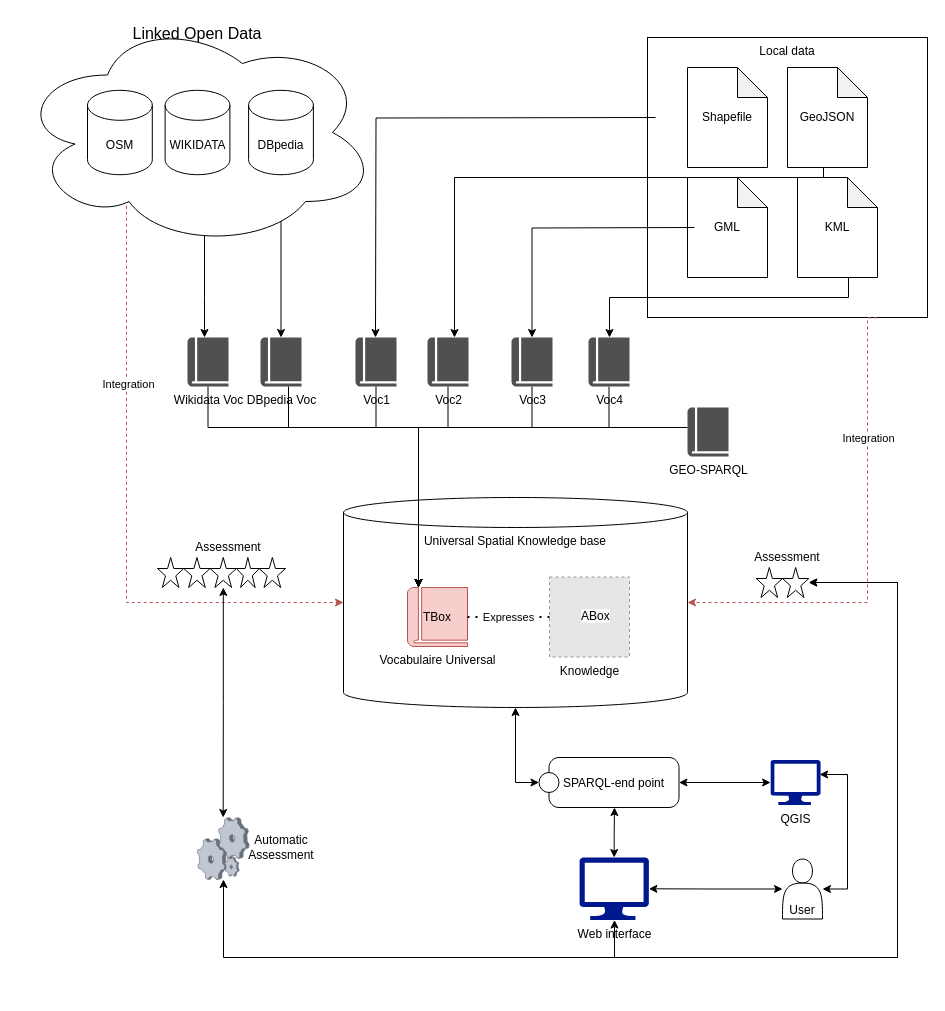
Above: structure.drawio in JJponciano/SpaLod (draw.io), before the change. Source tidied: cells renumbered, new cells numbered last; positions are measured from the earlier drawing's top-left corner, leaving out a move shared by most shapes. Both pictures are drawn from the tidied source at 100%, with x=0, y=0 at pixel (17, 17). Pictures stored in the file or linked from it are replaced by grey dashed boxes.
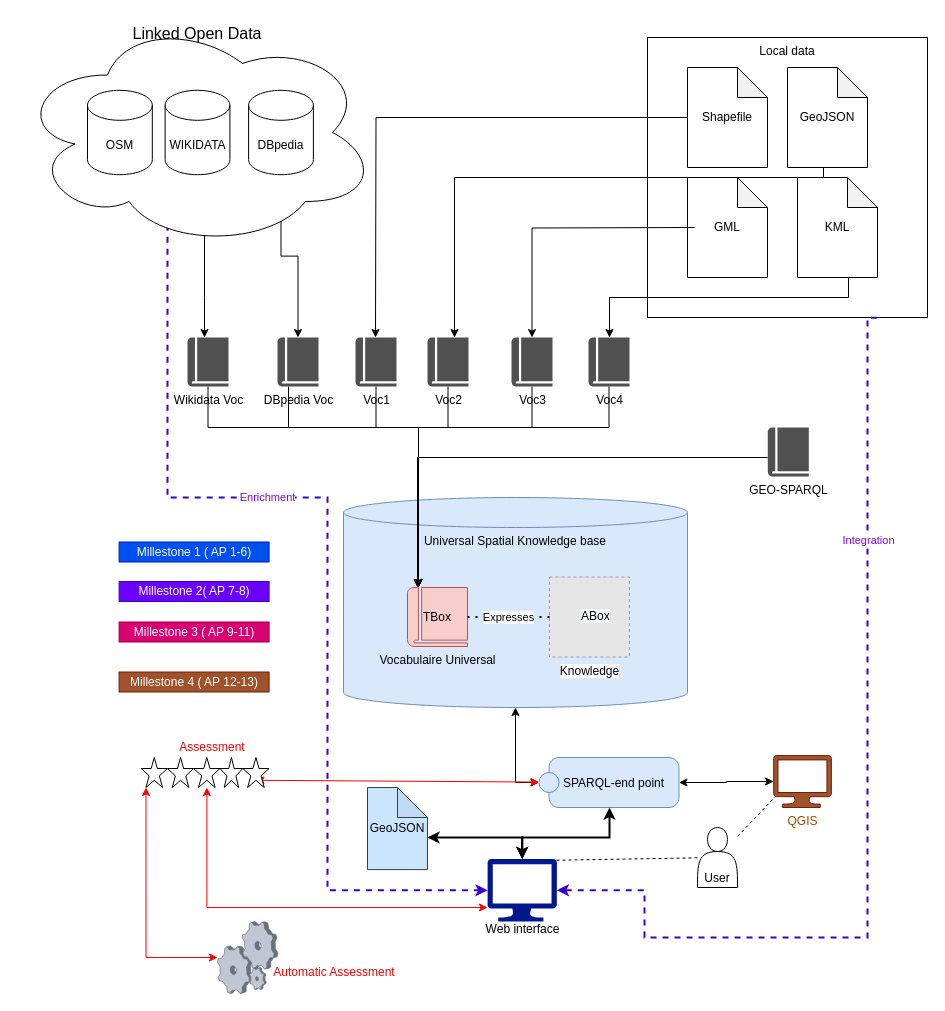
The same page after the edit.

The change refers to these unchanged cells:
```xml
<mxCell id="6" value="Local data" style="whiteSpace=wrap;html=1;verticalAlign=top;" parent="5" vertex="1">
  <mxGeometry width="280" height="280" as="geometry" />
</mxCell>
<mxCell id="8" value="Shapefile" style="shape=note;whiteSpace=wrap;html=1;backgroundOutline=1;darkOpacity=0.05;" parent="5" vertex="1">
  <mxGeometry x="40" y="30" width="80" height="100" as="geometry" />
</mxCell>
<mxCell id="34" value="Vocabulaire Universal&lt;br&gt;" style="shadow=0;dashed=0;html=1;strokeColor=#b85450;fillColor=#f8cecc;labelPosition=center;verticalLabelPosition=bottom;verticalAlign=top;outlineConnect=0;align=center;shape=mxgraph.office.concepts.book_journal;" parent="1" vertex="1">
  <mxGeometry x="390" y="570" width="60" height="59" as="geometry" />
</mxCell>
<mxCell id="44" value="&lt;font style=&quot;font-size: 16px&quot;&gt;Linked Open Data&lt;/font&gt;" style="ellipse;shape=cloud;whiteSpace=wrap;html=1;verticalAlign=top;" parent="1" vertex="1">
  <mxGeometry width="360" height="230" as="geometry" />
</mxCell>
```

What changed in the source:
```diff
@@
-    <mxCell id="2" style="edgeStyle=orthogonalEdgeStyle;rounded=0;jettySize=auto;html=1;startArrow=classic;startFill=1;" parent="1" edge="1" source="59" target="65">
-      <mxGeometry relative="1" as="geometry">
-        <Array as="points">
-          <mxPoint x="880" y="565" />
-          <mxPoint x="880" y="940" />
-          <mxPoint x="597" y="940" />
-        </Array>
-      </mxGeometry>
-    </mxCell>
@@
-    <mxCell id="4" value="Universal Spatial Knowledge base" style="shape=cylinder3;whiteSpace=wrap;html=1;boundedLbl=1;backgroundOutline=1;size=15;verticalAlign=top;" parent="1" vertex="1">
+    <mxCell id="4" value="Universal Spatial Knowledge base" style="shape=cylinder3;whiteSpace=wrap;html=1;boundedLbl=1;backgroundOutline=1;size=15;verticalAlign=top;fillColor=#dae8fc;strokeColor=#6c8ebf;" parent="1" vertex="1">
       <mxGeometry x="326" y="480" width="344" height="210" as="geometry" />
     </mxCell>
@@
-    <mxCell id="12" style="edgeStyle=orthogonalEdgeStyle;rounded=0;orthogonalLoop=1;jettySize=auto;html=1;" parent="1" edge="1">
+    <mxCell id="12" style="edgeStyle=orthogonalEdgeStyle;rounded=0;jettySize=auto;html=1;exitX=0;exitY=0.5;exitDx=0;exitDy=0;exitPerimeter=0;" parent="1" edge="1" source="8">
       <mxGeometry relative="1" as="geometry">
-        <mxPoint x="638" y="100" as="sourcePoint" />
         <mxPoint x="358" y="320" as="targetPoint" />
       </mxGeometry>
     </mxCell>
@@
     <mxCell id="16" style="edgeStyle=orthogonalEdgeStyle;rounded=0;jettySize=auto;html=1;" parent="1" edge="1" source="17" target="34">
       <mxGeometry relative="1" as="geometry">
         <Array as="points">
-          <mxPoint x="691" y="410" />
-          <mxPoint x="401" y="410" />
+          <mxPoint x="400" y="440" />
         </Array>
       </mxGeometry>
     </mxCell>
     <mxCell id="17" value="GEO-SPARQL" style="shadow=0;dashed=0;html=1;strokeColor=none;fillColor=#505050;labelPosition=center;verticalLabelPosition=bottom;verticalAlign=top;outlineConnect=0;align=center;shape=mxgraph.office.concepts.book_journal;" parent="1" vertex="1">
-      <mxGeometry x="670" y="390" width="41" height="49" as="geometry" />
+      <mxGeometry x="750.3" y="410" width="41" height="49" as="geometry" />
     </mxCell>
@@
     <mxCell id="29" value="DBpedia Voc" style="shadow=0;dashed=0;html=1;strokeColor=none;fillColor=#505050;labelPosition=center;verticalLabelPosition=bottom;verticalAlign=top;outlineConnect=0;align=center;shape=mxgraph.office.concepts.book_journal;" parent="1" vertex="1">
-      <mxGeometry x="243" y="320" width="41" height="49" as="geometry" />
+      <mxGeometry x="260" y="320" width="41" height="49" as="geometry" />
     </mxCell>
-    <mxCell id="30" style="edgeStyle=orthogonalEdgeStyle;rounded=0;jettySize=auto;html=1;dashed=1;fillColor=#f8cecc;strokeColor=#b85450;exitX=0.07;exitY=0.4;exitDx=0;exitDy=0;exitPerimeter=0;" parent="1" edge="1" source="44" target="4">
+    <mxCell id="30" value="Enrichment" style="edgeStyle=orthogonalEdgeStyle;rounded=0;jettySize=auto;html=1;dashed=1;fillColor=#6a00ff;strokeColor=#3700CC;exitX=0.07;exitY=0.4;exitDx=0;exitDy=0;exitPerimeter=0;strokeWidth=2;fontColor=#7F00FF;labelBorderColor=none;labelBackgroundColor=#FFFFFF;entryX=0;entryY=0.5;entryDx=0;entryDy=0;entryPerimeter=0;" parent="1" edge="1" source="44" target="65">
       <mxGeometry relative="1" as="geometry">
         <Array as="points">
-          <mxPoint x="109" y="92" />
-          <mxPoint x="109" y="585" />
+          <mxPoint x="150" y="92" />
+          <mxPoint x="150" y="480" />
+          <mxPoint x="310" y="480" />
+          <mxPoint x="310" y="873" />
         </Array>
       </mxGeometry>
     </mxCell>
-    <mxCell id="31" value="Integration" style="edgeLabel;html=1;align=center;verticalAlign=middle;" parent="30" vertex="1">
-      <mxGeometry x="-0.2" y="-1" relative="1" as="geometry">
-        <mxPoint x="2" y="40" as="offset" />
-      </mxGeometry>
-    </mxCell>
-    <mxCell id="32" style="edgeStyle=orthogonalEdgeStyle;rounded=0;jettySize=auto;html=1;dashed=1;fillColor=#f8cecc;strokeColor=#b85450;exitX=0.819;exitY=1.001;exitDx=0;exitDy=0;exitPerimeter=0;entryX=1;entryY=0.5;entryDx=0;entryDy=0;entryPerimeter=0;" parent="1" edge="1" source="6" target="4">
+    <mxCell id="32" style="edgeStyle=orthogonalEdgeStyle;rounded=0;jettySize=auto;html=1;dashed=1;fillColor=#6a00ff;strokeColor=#3700CC;exitX=0.819;exitY=1.001;exitDx=0;exitDy=0;exitPerimeter=0;entryX=1;entryY=0.5;entryDx=0;entryDy=0;entryPerimeter=0;strokeWidth=2;" parent="1" edge="1" source="6" target="65">
       <mxGeometry relative="1" as="geometry">
         <Array as="points">
           <mxPoint x="850" y="300" />
-          <mxPoint x="850" y="585" />
+          <mxPoint x="850" y="920" />
+          <mxPoint x="627" y="920" />
+          <mxPoint x="627" y="873" />
         </Array>
       </mxGeometry>
     </mxCell>
-    <mxCell id="33" value="Integration" style="edgeLabel;html=1;align=center;verticalAlign=middle;" parent="32" vertex="1">
+    <mxCell id="33" value="Integration" style="edgeLabel;html=1;align=center;verticalAlign=middle;fontColor=#7F00FF;labelBorderColor=none;labelBackgroundColor=#FFFFFF;" parent="32" vertex="1">
       <mxGeometry x="-0.6" y="-4" relative="1" as="geometry">
         <mxPoint x="4" y="35" as="offset" />
       </mxGeometry>
     </mxCell>
@@
-    <mxCell id="40" value="SPARQL-end point" style="shape=umlState;rounded=1;verticalAlign=middle;align=center;absoluteArcSize=1;arcSize=10;umlStateConnection=connPointRefEntry;boundedLbl=1;" parent="1" vertex="1">
+    <mxCell id="40" value="SPARQL-end point" style="shape=umlState;rounded=1;verticalAlign=middle;align=center;absoluteArcSize=1;arcSize=10;umlStateConnection=connPointRefEntry;boundedLbl=1;fillColor=#dae8fc;strokeColor=#6c8ebf;" parent="1" vertex="1">
       <mxGeometry x="521.5" y="740" width="140" height="50" as="geometry" />
     </mxCell>
@@
-    <mxCell id="42" value="QGIS" style="shadow=0;dashed=0;html=1;strokeColor=none;labelPosition=center;verticalLabelPosition=bottom;verticalAlign=top;align=center;fillColor=#00188D;shape=mxgraph.azure.computer;" parent="1" vertex="1">
-      <mxGeometry x="753.1" y="742.5" width="50" height="45" as="geometry" />
+    <mxCell id="42" value="&lt;font&gt;QGIS&lt;/font&gt;" style="shadow=0;dashed=0;html=1;strokeColor=#6D1F00;labelPosition=center;verticalLabelPosition=bottom;verticalAlign=top;align=center;fillColor=#a0522d;shape=mxgraph.azure.computer;fontColor=#994C00;" parent="1" vertex="1">
+      <mxGeometry x="756.1" y="738" width="57.8" height="52" as="geometry" />
     </mxCell>
-    <mxCell id="43" style="edgeStyle=orthogonalEdgeStyle;rounded=0;jettySize=auto;html=1;startArrow=classic;startFill=1;" parent="1" edge="1" source="65">
-      <mxGeometry relative="1" as="geometry">
-        <mxPoint x="597" y="790" as="targetPoint" />
-      </mxGeometry>
-    </mxCell>
@@
-    <mxCell id="48" style="edgeStyle=orthogonalEdgeStyle;rounded=0;jettySize=auto;html=1;startArrow=classic;startFill=1;" parent="1" edge="1" source="50" target="65">
+    <mxCell id="48" style="rounded=0;jettySize=auto;html=1;startArrow=none;startFill=0;endArrow=none;endFill=0;dashed=1;entryX=0.98;entryY=0.02;entryDx=0;entryDy=0;entryPerimeter=0;" parent="1" edge="1" source="50" target="65">
       <mxGeometry relative="1" as="geometry" />
     </mxCell>
-    <mxCell id="49" style="edgeStyle=orthogonalEdgeStyle;rounded=0;jettySize=auto;html=1;startArrow=classic;startFill=1;entryX=0.98;entryY=0.322;entryDx=0;entryDy=0;entryPerimeter=0;" parent="1" edge="1" source="50" target="42">
-      <mxGeometry relative="1" as="geometry">
-        <Array as="points">
-          <mxPoint x="830" y="872" />
-          <mxPoint x="830" y="757" />
-        </Array>
-      </mxGeometry>
+    <mxCell id="49" style="rounded=0;jettySize=auto;html=1;startArrow=none;startFill=0;endArrow=none;endFill=0;dashed=1;entryX=0.041;entryY=0.778;entryDx=0;entryDy=0;entryPerimeter=0;" parent="1" edge="1" source="50" target="42">
+      <mxGeometry relative="1" as="geometry" />
     </mxCell>
     <mxCell id="50" value="User" style="shape=actor;whiteSpace=wrap;html=1;verticalAlign=bottom;" parent="1" vertex="1">
-      <mxGeometry x="765" y="841.5" width="40" height="60" as="geometry" />
+      <mxGeometry x="680" y="810" width="40" height="60" as="geometry" />
     </mxCell>
+    <mxCell id="66" style="edgeStyle=orthogonalEdgeStyle;rounded=0;jettySize=auto;html=1;labelBackgroundColor=#FFFFFF;fontColor=#994C00;startArrow=classic;startFill=1;endArrow=classic;endFill=1;strokeWidth=1;strokeColor=#FF0000;entryX=0.185;entryY=1;entryDx=0;entryDy=0;entryPerimeter=0;" parent="1" edge="1" source="62" target="56">
+      <mxGeometry relative="1" as="geometry" />
+    </mxCell>
+    <mxCell id="62" style="verticalLabelPosition=bottom;html=1;verticalAlign=top;strokeColor=none;align=center;outlineConnect=0;shape=mxgraph.citrix.process;" parent="1" vertex="1">
+      <mxGeometry x="200" y="904" width="60.3" height="71.9" as="geometry" />
+    </mxCell>
+    <mxCell id="63" value="Automatic Assessment" style="text;html=1;strokeColor=none;fillColor=none;align=center;verticalAlign=middle;whiteSpace=wrap;rounded=0;fontColor=#FF0000;" parent="1" vertex="1">
+      <mxGeometry x="251.6" y="950" width="130" height="10" as="geometry" />
+    </mxCell>
+    <mxCell id="64" style="rounded=0;jettySize=auto;html=1;startArrow=classic;startFill=1;fontColor=#FF0000;strokeColor=#FF0000;entryX=0.5;entryY=0.76;entryDx=0;entryDy=0;entryPerimeter=0;" parent="1" edge="1" source="40" target="54">
+      <mxGeometry relative="1" as="geometry" />
+    </mxCell>
+    <mxCell id="67" style="edgeStyle=orthogonalEdgeStyle;rounded=0;jettySize=auto;html=1;labelBackgroundColor=#FFFFFF;fontColor=#7F00FF;startArrow=classic;startFill=1;strokeWidth=2;" parent="1" edge="1" source="65" target="72">
+      <mxGeometry relative="1" as="geometry">
+        <Array as="points">
+          <mxPoint x="505" y="820" />
+          <mxPoint x="400" y="820" />
+        </Array>
+      </mxGeometry>
+    </mxCell>
+    <mxCell id="68" style="edgeStyle=orthogonalEdgeStyle;rounded=0;jettySize=auto;html=1;labelBackgroundColor=#FFFFFF;fontColor=#FF0000;startArrow=classic;startFill=1;endArrow=classic;endFill=1;strokeWidth=2;" parent="1" edge="1" source="65" target="40">
+      <mxGeometry relative="1" as="geometry">
+        <Array as="points">
+          <mxPoint x="505" y="820" />
+          <mxPoint x="592" y="820" />
+        </Array>
+      </mxGeometry>
+    </mxCell>
+    <mxCell id="65" value="Web interface" style="shadow=0;dashed=0;html=1;strokeColor=none;labelPosition=center;verticalLabelPosition=bottom;verticalAlign=top;align=center;fillColor=#00188D;shape=mxgraph.azure.computer;labelBorderColor=none;spacing=0;spacingBottom=2;spacingTop=-4;" parent="1" vertex="1">
+      <mxGeometry x="470" y="841.5" width="69.4" height="62.5" as="geometry" />
+    </mxCell>
+    <mxCell id="69" value="Millestone 1 ( AP 1-6)" style="text;html=1;strokeColor=#001DBC;fillColor=#0050ef;align=center;verticalAlign=middle;whiteSpace=wrap;rounded=0;fontColor=#ffffff;" parent="1" vertex="1">
+      <mxGeometry x="101.6" y="524.5" width="150" height="20" as="geometry" />
+    </mxCell>
+    <mxCell id="70" value="Millestone 2( AP 7-8)" style="text;html=1;strokeColor=#3700CC;fillColor=#6a00ff;align=center;verticalAlign=middle;whiteSpace=wrap;rounded=0;fontColor=#ffffff;" parent="1" vertex="1">
+      <mxGeometry x="101.6" y="564" width="150" height="20" as="geometry" />
+    </mxCell>
+    <mxCell id="71" value="Millestone 3 ( AP 9-11)" style="text;html=1;strokeColor=#A50040;fillColor=#d80073;align=center;verticalAlign=middle;whiteSpace=wrap;rounded=0;fontColor=#ffffff;" parent="1" vertex="1">
+      <mxGeometry x="101.6" y="604.5" width="150" height="20" as="geometry" />
+    </mxCell>
+    <mxCell id="72" value="GeoJSON" style="shape=note;whiteSpace=wrap;html=1;backgroundOutline=1;darkOpacity=0.05;strokeColor=#23445d;fillColor=#CCE5FF;" parent="1" vertex="1">
+      <mxGeometry x="350" y="770" width="60" height="82.1" as="geometry" />
+    </mxCell>
+    <mxCell id="73" value="Millestone 4 ( AP 12-13)" style="text;html=1;strokeColor=#6D1F00;fillColor=#a0522d;align=center;verticalAlign=middle;whiteSpace=wrap;rounded=0;fontColor=#ffffff;" parent="1" vertex="1">
+      <mxGeometry x="101.6" y="654.5" width="150" height="20" as="geometry" />
+    </mxCell>
+    <mxCell id="74" style="group;" parent="1" vertex="1">
+      <mxGeometry x="123.6" y="720" width="128" height="50" as="geometry" />
+    </mxCell>
-    <mxCell id="51" style="group;" parent="1" vertex="1">
-      <mxGeometry x="140" y="540" width="128" height="30" as="geometry" />
+    <mxCell id="51" style="group;fontColor=#FF0000;" parent="74" vertex="1">
+      <mxGeometry y="20" width="128" height="30" as="geometry" />
     </mxCell>
+    <mxCell id="56" style="verticalLabelPosition=bottom;verticalAlign=top;html=1;shape=mxgraph.basic.star;fontColor=#FF0000;" parent="51" vertex="1">
+      <mxGeometry width="26.3" height="30" as="geometry" />
+    </mxCell>
+    <mxCell id="75" style="group;" parent="51" vertex="1">
+      <mxGeometry x="26.3" width="101.7" height="30" as="geometry" />
+    </mxCell>
-    <mxCell id="52" style="verticalLabelPosition=bottom;verticalAlign=top;html=1;shape=mxgraph.basic.star;" parent="51" vertex="1">
-      <mxGeometry x="52.6" width="26.3" height="30" as="geometry" />
+    <mxCell id="52" style="verticalLabelPosition=bottom;verticalAlign=top;html=1;shape=mxgraph.basic.star;fontColor=#FF0000;" parent="75" vertex="1">
+      <mxGeometry x="26.3" width="26.3" height="30" as="geometry" />
     </mxCell>
-    <mxCell id="53" style="verticalLabelPosition=bottom;verticalAlign=top;html=1;shape=mxgraph.basic.star;" parent="51" vertex="1">
-      <mxGeometry x="78.9" width="22.9" height="30" as="geometry" />
+    <mxCell id="53" style="verticalLabelPosition=bottom;verticalAlign=top;html=1;shape=mxgraph.basic.star;fontColor=#FF0000;" parent="75" vertex="1">
+      <mxGeometry x="52.6" width="22.9" height="30" as="geometry" />
     </mxCell>
-    <mxCell id="54" style="verticalLabelPosition=bottom;verticalAlign=top;html=1;shape=mxgraph.basic.star;" parent="51" vertex="1">
-      <mxGeometry x="101.7" width="26.3" height="30" as="geometry" />
+    <mxCell id="54" style="verticalLabelPosition=bottom;verticalAlign=top;html=1;shape=mxgraph.basic.star;fontColor=#FF0000;" parent="75" vertex="1">
+      <mxGeometry x="75.4" width="26.3" height="30" as="geometry" />
     </mxCell>
-    <mxCell id="55" style="verticalLabelPosition=bottom;verticalAlign=top;html=1;shape=mxgraph.basic.star;" parent="51" vertex="1">
-      <mxGeometry x="26.3" width="26.3" height="30" as="geometry" />
+    <mxCell id="55" style="verticalLabelPosition=bottom;verticalAlign=top;html=1;shape=mxgraph.basic.star;fontColor=#FF0000;" parent="75" vertex="1">
+      <mxGeometry width="26.3" height="30" as="geometry" />
     </mxCell>
-    <mxCell id="56" style="verticalLabelPosition=bottom;verticalAlign=top;html=1;shape=mxgraph.basic.star;" parent="51" vertex="1">
-      <mxGeometry width="26.3" height="30" as="geometry" />
-    </mxCell>
-    <mxCell id="57" style="verticalLabelPosition=bottom;verticalAlign=top;html=1;shape=mxgraph.basic.star;" parent="1" vertex="1">
-      <mxGeometry x="738.7" y="550" width="26.3" height="30" as="geometry" />
-    </mxCell>
-    <mxCell id="58" style="edgeStyle=orthogonalEdgeStyle;rounded=0;jettySize=auto;html=1;startArrow=classic;startFill=1;" parent="1" edge="1" source="59" target="62">
-      <mxGeometry relative="1" as="geometry">
-        <Array as="points">
-          <mxPoint x="880" y="565" />
-          <mxPoint x="880" y="940" />
-          <mxPoint x="206" y="940" />
-        </Array>
-      </mxGeometry>
-    </mxCell>
-    <mxCell id="59" style="verticalLabelPosition=bottom;verticalAlign=top;html=1;shape=mxgraph.basic.star;" parent="1" vertex="1">
-      <mxGeometry x="765" y="550" width="26.3" height="30" as="geometry" />
-    </mxCell>
-    <mxCell id="60" value="Assessment" style="text;html=1;strokeColor=none;fillColor=none;align=center;verticalAlign=middle;whiteSpace=wrap;rounded=0;" parent="1" vertex="1">
-      <mxGeometry x="191.1" y="520" width="40" height="20" as="geometry" />
+    <mxCell id="60" value="Assessment" style="text;html=1;strokeColor=none;fillColor=none;align=center;verticalAlign=middle;whiteSpace=wrap;rounded=0;fontColor=#FF0000;" parent="74" vertex="1">
+      <mxGeometry x="51.1" width="40" height="20" as="geometry" />
     </mxCell>
-    <mxCell id="61" value="Assessment" style="text;html=1;strokeColor=none;fillColor=none;align=center;verticalAlign=middle;whiteSpace=wrap;rounded=0;" parent="1" vertex="1">
-      <mxGeometry x="750" y="530" width="40" height="20" as="geometry" />
-    </mxCell>
-    <mxCell id="62" style="verticalLabelPosition=bottom;html=1;verticalAlign=top;strokeColor=none;align=center;outlineConnect=0;shape=mxgraph.citrix.process;" parent="1" vertex="1">
-      <mxGeometry x="179.7" y="800" width="52" height="62" as="geometry" />
-    </mxCell>
-    <mxCell id="63" value="Automatic Assessment" style="text;html=1;strokeColor=none;fillColor=none;align=center;verticalAlign=middle;whiteSpace=wrap;rounded=0;" parent="1" vertex="1">
-      <mxGeometry x="244" y="820" width="40" height="20" as="geometry" />
-    </mxCell>
-    <mxCell id="64" style="edgeStyle=orthogonalEdgeStyle;rounded=0;jettySize=auto;html=1;startArrow=classic;startFill=1;" parent="1" edge="1" source="52" target="62">
-      <mxGeometry relative="1" as="geometry" />
-    </mxCell>
-    <mxCell id="65" value="Web interface" style="shadow=0;dashed=0;html=1;strokeColor=none;labelPosition=center;verticalLabelPosition=bottom;verticalAlign=top;align=center;fillColor=#00188D;shape=mxgraph.azure.computer;" parent="1" vertex="1">
-      <mxGeometry x="562" y="840" width="69.4" height="62.5" as="geometry" />
-    </mxCell>
+    <mxCell id="76" style="edgeStyle=orthogonalEdgeStyle;rounded=0;jettySize=auto;html=1;labelBackgroundColor=#FFFFFF;fontColor=#994C00;startArrow=classic;startFill=1;endArrow=classic;endFill=1;strokeColor=#FF0000;strokeWidth=1;" parent="1" edge="1" source="52" target="65">
+      <mxGeometry relative="1" as="geometry">
+        <Array as="points">
+          <mxPoint x="189" y="890" />
+        </Array>
+      </mxGeometry>
+    </mxCell>
```
